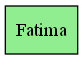
Above: Proyecto01/grafica_cola.png in M-A1201/C-Users-Manuel-Desktop-practica_CS-CursoSharp-PracticaIPC2-IPC2_Proy01_202602_202402501 (Graphviz), before the change. Its source is kept beside it as Proyecto01/grafica_cola.dot.
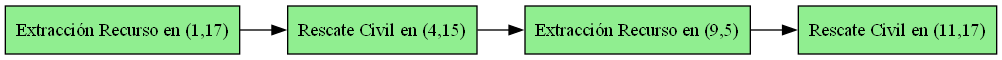
After the commit.

What changed in the source:
```diff
@@ -2,5 +2,11 @@
     rankdir=LR;
     node [shape=record, style=filled, fillcolor=lightgreen];
 
-    nodo0 [label="Fatima"];
+    nodo0 [label="Extracción Recurso en (1,17)"];
+    nodo1 [label="Rescate Civil en (4,15)"];
+    nodo2 [label="Extracción Recurso en (9,5)"];
+    nodo3 [label="Rescate Civil en (11,17)"];
+    nodo0 -> nodo1;
+    nodo1 -> nodo2;
+    nodo2 -> nodo3;
 }
```
